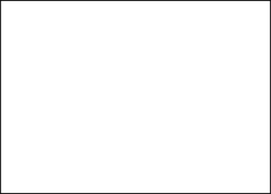
MikiWaraMiki/kotlin-jr-pricing keeps this draw.io diagram as docs/modeling/surchage.svg. Above is the earlier version. Source tidied: cells renumbered, new cells last; positions are measured from the earlier drawing's top-left corner, leaving out a move shared by most shapes.
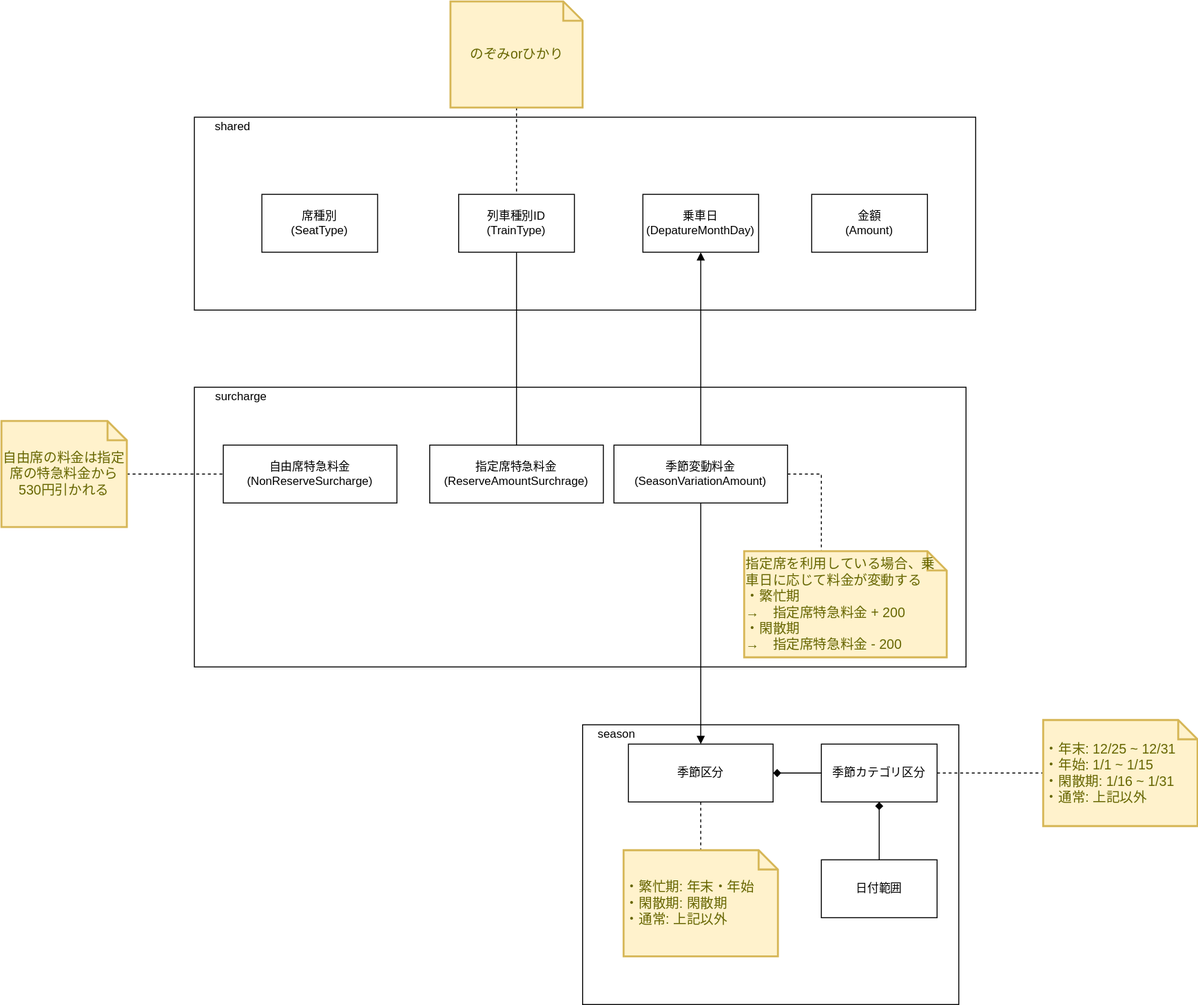
After the commit.

Diff of the diagram source:
```diff
@@ -2,8 +2,102 @@
   <root>
     <mxCell id="0" />
     <mxCell id="1" parent="0" />
+    <mxCell id="3" style="rounded=0;whiteSpace=wrap;html=1;" parent="1" vertex="1">
+      <mxGeometry x="402.5" y="630" width="390" height="290" as="geometry" />
+    </mxCell>
     <mxCell id="2" style="rounded=0;whiteSpace=wrap;html=1;" parent="1" vertex="1">
-      <mxGeometry width="280" height="200" as="geometry" />
+      <mxGeometry width="810" height="200" as="geometry" />
     </mxCell>
+    <mxCell id="4" value="shared" style="text;html=1;strokeColor=none;fillColor=none;align=center;verticalAlign=middle;whiteSpace=wrap;rounded=0;" parent="1" vertex="1">
+      <mxGeometry width="80" height="20" as="geometry" />
+    </mxCell>
+    <mxCell id="5" value="席種別&lt;br&gt;(SeatType)" style="rounded=0;whiteSpace=wrap;html=1;" parent="1" vertex="1">
+      <mxGeometry x="70" y="80" width="120" height="60" as="geometry" />
+    </mxCell>
+    <mxCell id="6" value="列車種別ID&lt;br&gt;(TrainType)" style="rounded=0;whiteSpace=wrap;html=1;" parent="1" vertex="1">
+      <mxGeometry x="274" y="80" width="120" height="60" as="geometry" />
+    </mxCell>
+    <mxCell id="7" value="乗車日&lt;br&gt;(DepatureMonthDay)" style="rounded=0;whiteSpace=wrap;html=1;" parent="1" vertex="1">
+      <mxGeometry x="465" y="80" width="120" height="60" as="geometry" />
+    </mxCell>
+    <mxCell id="8" value="金額&lt;br&gt;(Amount)" style="rounded=0;whiteSpace=wrap;html=1;" parent="1" vertex="1">
+      <mxGeometry x="640" y="80" width="120" height="60" as="geometry" />
+    </mxCell>
+    <mxCell id="9" style="rounded=0;whiteSpace=wrap;html=1;" parent="1" vertex="1">
+      <mxGeometry y="280" width="800" height="290" as="geometry" />
+    </mxCell>
+    <mxCell id="10" value="surcharge" style="text;html=1;strokeColor=none;fillColor=none;align=left;verticalAlign=middle;whiteSpace=wrap;rounded=0;" parent="1" vertex="1">
+      <mxGeometry x="20" y="280" width="130" height="20" as="geometry" />
+    </mxCell>
+    <mxCell id="11" style="edgeStyle=orthogonalEdgeStyle;rounded=0;jettySize=auto;html=1;startArrow=none;startFill=0;endArrow=block;endFill=1;" parent="1" edge="1" source="14" target="25">
+      <mxGeometry relative="1" as="geometry" />
+    </mxCell>
+    <mxCell id="12" style="edgeStyle=orthogonalEdgeStyle;rounded=0;jettySize=auto;html=1;startArrow=none;startFill=0;endArrow=block;endFill=1;" parent="1" edge="1" source="14" target="7">
+      <mxGeometry relative="1" as="geometry" />
+    </mxCell>
+    <mxCell id="13" style="edgeStyle=orthogonalEdgeStyle;rounded=0;jettySize=auto;html=1;startArrow=none;startFill=0;endArrow=none;endFill=0;dashed=1;" parent="1" edge="1" source="14" target="32">
+      <mxGeometry relative="1" as="geometry">
+        <Array as="points">
+          <mxPoint x="650" y="370" />
+        </Array>
+      </mxGeometry>
+    </mxCell>
+    <mxCell id="14" value="季節変動料金&lt;br&gt;(SeasonVariationAmount)" style="rounded=0;whiteSpace=wrap;html=1;align=center;" parent="1" vertex="1">
+      <mxGeometry x="435" y="340" width="180" height="60" as="geometry" />
+    </mxCell>
+    <mxCell id="15" value="自由席特急料金&lt;br&gt;(NonReserveSurcharge)" style="rounded=0;whiteSpace=wrap;html=1;align=center;" parent="1" vertex="1">
+      <mxGeometry x="30" y="340" width="180" height="60" as="geometry" />
+    </mxCell>
+    <mxCell id="16" style="edgeStyle=orthogonalEdgeStyle;rounded=0;jettySize=auto;html=1;startArrow=none;startFill=0;endArrow=none;endFill=0;" parent="1" edge="1" source="17" target="6">
+      <mxGeometry relative="1" as="geometry" />
+    </mxCell>
+    <mxCell id="17" value="指定席特急料金&lt;br&gt;(ReserveAmountSurchrage)" style="rounded=0;whiteSpace=wrap;html=1;align=center;" parent="1" vertex="1">
+      <mxGeometry x="244" y="340" width="180" height="60" as="geometry" />
+    </mxCell>
+    <mxCell id="18" style="edgeStyle=orthogonalEdgeStyle;rounded=0;jettySize=auto;html=1;entryX=0;entryY=0.5;entryDx=0;entryDy=0;endArrow=none;endFill=0;dashed=1;" parent="1" edge="1" source="19" target="15">
+      <mxGeometry relative="1" as="geometry" />
+    </mxCell>
+    <mxCell id="19" value="自由席の料金は指定席の特急料金から530円引かれる" style="shape=note;strokeWidth=2;fontSize=14;size=20;whiteSpace=wrap;html=1;fillColor=#fff2cc;strokeColor=#d6b656;fontColor=#666600;align=center;" parent="1" vertex="1">
+      <mxGeometry x="-200" y="315" width="130" height="110" as="geometry" />
+    </mxCell>
+    <mxCell id="20" style="edgeStyle=orthogonalEdgeStyle;rounded=0;jettySize=auto;html=1;dashed=1;endArrow=none;endFill=0;" parent="1" edge="1" source="21" target="6">
+      <mxGeometry relative="1" as="geometry" />
+    </mxCell>
+    <mxCell id="21" value="のぞみorひかり" style="shape=note;strokeWidth=2;fontSize=14;size=20;whiteSpace=wrap;html=1;fillColor=#fff2cc;strokeColor=#d6b656;fontColor=#666600;align=center;" parent="1" vertex="1">
+      <mxGeometry x="265.5" y="-120" width="137" height="110" as="geometry" />
+    </mxCell>
+    <mxCell id="22" value="season" style="text;html=1;strokeColor=none;fillColor=none;align=center;verticalAlign=middle;whiteSpace=wrap;rounded=0;" parent="1" vertex="1">
+      <mxGeometry x="402.5" y="630" width="70" height="20" as="geometry" />
+    </mxCell>
+    <mxCell id="23" style="edgeStyle=orthogonalEdgeStyle;rounded=0;jettySize=auto;html=1;startArrow=diamond;startFill=1;endArrow=none;endFill=0;" parent="1" edge="1" source="25" target="28">
+      <mxGeometry relative="1" as="geometry" />
+    </mxCell>
+    <mxCell id="24" style="edgeStyle=orthogonalEdgeStyle;rounded=0;jettySize=auto;html=1;dashed=1;startArrow=none;startFill=0;endArrow=none;endFill=0;" parent="1" edge="1" source="25" target="31">
+      <mxGeometry relative="1" as="geometry" />
+    </mxCell>
+    <mxCell id="25" value="季節区分" style="rounded=0;whiteSpace=wrap;html=1;" parent="1" vertex="1">
+      <mxGeometry x="450" y="650" width="150" height="60" as="geometry" />
+    </mxCell>
+    <mxCell id="26" style="edgeStyle=orthogonalEdgeStyle;rounded=0;jettySize=auto;html=1;startArrow=diamond;startFill=1;endArrow=none;endFill=0;" parent="1" edge="1" source="28" target="29">
+      <mxGeometry relative="1" as="geometry" />
+    </mxCell>
+    <mxCell id="27" style="edgeStyle=orthogonalEdgeStyle;rounded=0;jettySize=auto;html=1;startArrow=none;startFill=0;endArrow=none;endFill=0;dashed=1;" parent="1" edge="1" source="28" target="30">
+      <mxGeometry relative="1" as="geometry" />
+    </mxCell>
+    <mxCell id="28" value="季節カテゴリ区分" style="rounded=0;whiteSpace=wrap;html=1;" parent="1" vertex="1">
+      <mxGeometry x="650" y="650" width="120" height="60" as="geometry" />
+    </mxCell>
+    <mxCell id="29" value="日付範囲" style="rounded=0;whiteSpace=wrap;html=1;" parent="1" vertex="1">
+      <mxGeometry x="650" y="770" width="120" height="60" as="geometry" />
+    </mxCell>
+    <mxCell id="30" value="・年末: 12/25 ~ 12/31&lt;br&gt;・年始: 1/1 ~ 1/15&lt;br&gt;・閑散期: 1/16 ~ 1/31&lt;br&gt;・通常: 上記以外" style="shape=note;strokeWidth=2;fontSize=14;size=20;whiteSpace=wrap;html=1;fillColor=#fff2cc;strokeColor=#d6b656;fontColor=#666600;align=left;" parent="1" vertex="1">
+      <mxGeometry x="880" y="625" width="160" height="110" as="geometry" />
+    </mxCell>
+    <mxCell id="31" value="・繁忙期: 年末・年始&lt;br&gt;・閑散期: 閑散期&lt;br&gt;・通常: 上記以外" style="shape=note;strokeWidth=2;fontSize=14;size=20;whiteSpace=wrap;html=1;fillColor=#fff2cc;strokeColor=#d6b656;fontColor=#666600;align=left;" parent="1" vertex="1">
+      <mxGeometry x="445" y="760" width="160" height="110" as="geometry" />
+    </mxCell>
+    <mxCell id="32" value="指定席を利用している場合、乗車日に応じて料金が変動する&lt;br&gt;・繁忙期&lt;br&gt;→　指定席特急料金 + 200&lt;br&gt;・閑散期&lt;br&gt;→　指定席特急料金 - 200&amp;nbsp;" style="shape=note;strokeWidth=2;fontSize=14;size=20;whiteSpace=wrap;html=1;fillColor=#fff2cc;strokeColor=#d6b656;fontColor=#666600;align=left;" parent="1" vertex="1">
+      <mxGeometry x="570" y="450" width="210" height="110" as="geometry" />
+    </mxCell>
   </root>
 </mxGraphModel>
```
